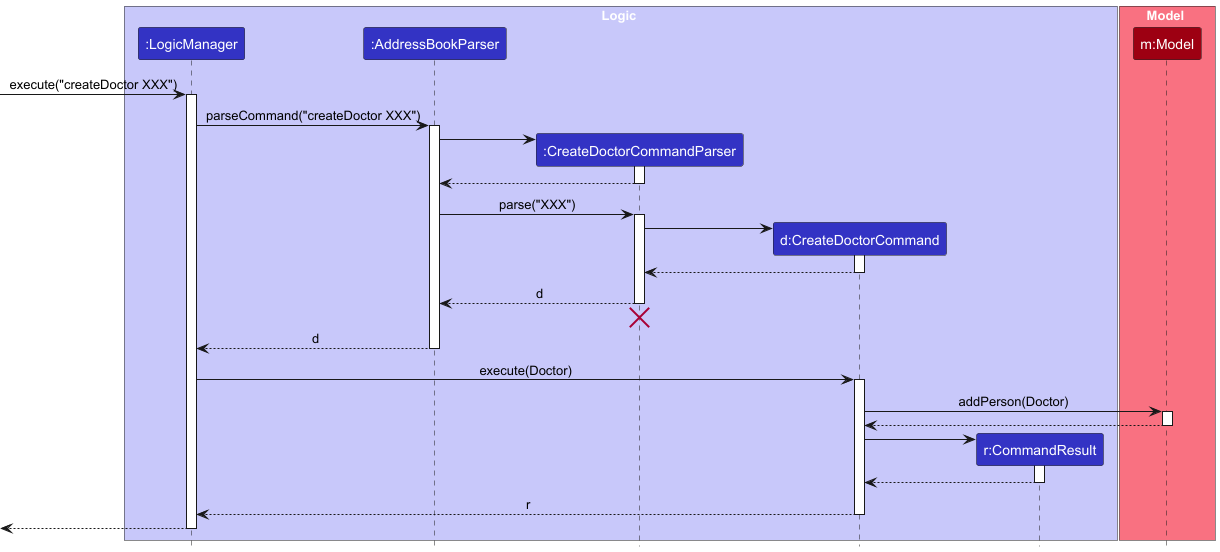
Earlier version of the PlantUML export docs/images/CreateDoctorCommand-Logic.png (nus-cs2103-AY2425S1/tp).
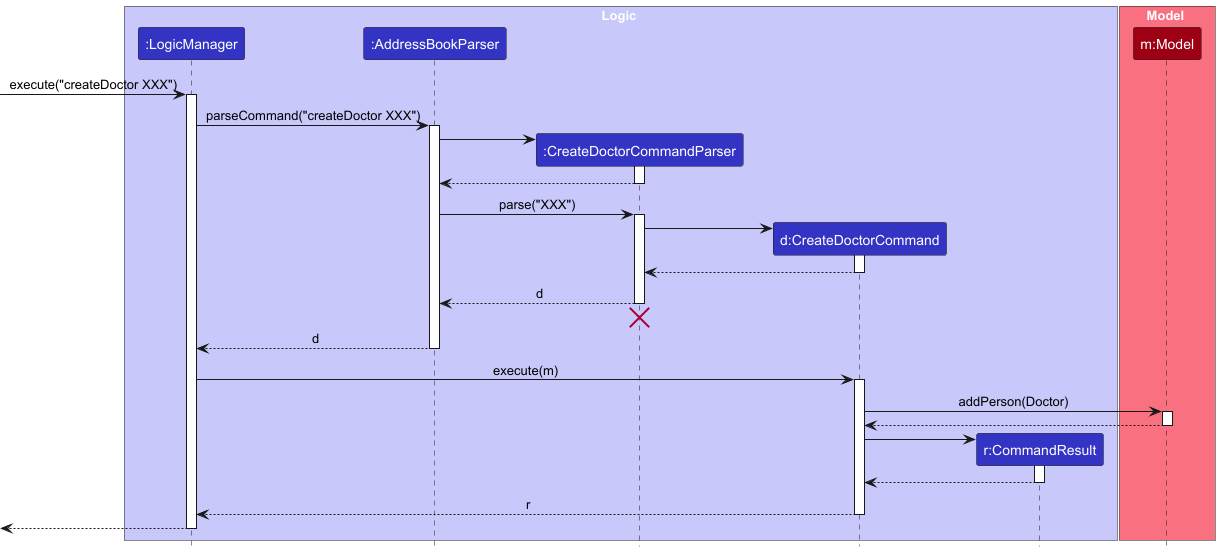
After the change.

Commit message:
Commit Subject: MedDict: update terminology and adjust sequence diagram for CreatePatientCommand

What changed in the source:
```diff
@@ -45,7 +45,7 @@
 AddressBookParser --> LogicManager : d
 deactivate AddressBookParser
 
-LogicManager -> CreateDoctorCommand : execute(Doctor)
+LogicManager -> CreateDoctorCommand : execute(m)
 activate CreateDoctorCommand
 
 CreateDoctorCommand -> Model : addPerson(Doctor)
```
